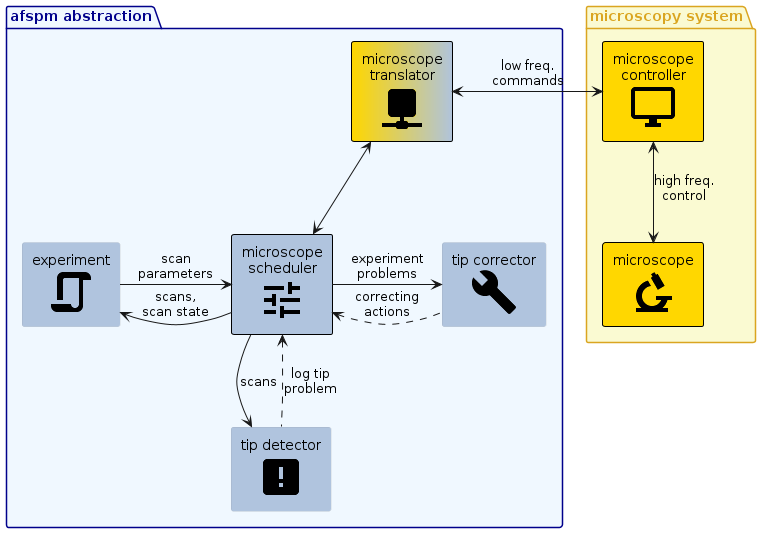
Above: docs/images/afspm_hl_example.png in nsulmol/afspm (PlantUML), before the change. Its diagram source:
```plantuml
@startuml
!include style.puml
!include microscopy.puml

!include <material/network>
!include <material/tune>
!include <material/chart_areaspline>
!include <material/script>
!include <material/alert_box>
!include <material/wrench>

package "afspm abstraction" <<groupinternal>> as afspm {
  component "microscope\ntranslator\n<$ma_network>" <<interface>> <<required>> as devcon
  component "microscope\nscheduler\n<$ma_tune>" <<internal>> <<required>> as afspmcon

  component "experiment\n<$ma_script>" <<internal>> <<optional>> as exp
  component "tip detector\n<$ma_alert_box>" <<internal>> <<optional>> as tip_detector
  component "tip corrector\n<$ma_wrench>" <<internal>> <<optional>> as tip_corrector

  devcon <--> afspmcon

  afspmcon -l-> exp: scans,\nscan state
  exp -r-> afspmcon: scan\nparameters

  afspmcon --> tip_detector: scans
  tip_detector .u.> afspmcon: log tip \nproblem
  afspmcon -r-> tip_corrector: experiment\nproblems
  tip_corrector .l.> afspmcon: correcting\nactions
}

spmcon <-r-> devcon: low freq. \ncommands

@enduml
```
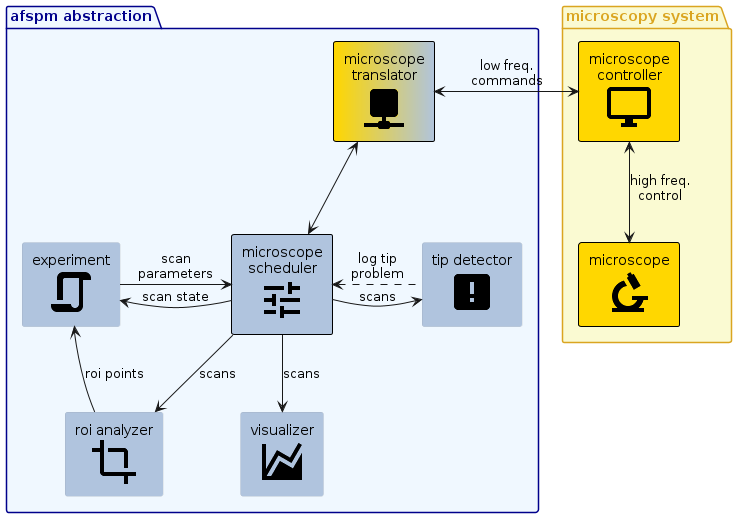
After the change.

Diff of the diagram source:
```diff
@@ -8,26 +8,30 @@
 !include <material/script>
 !include <material/alert_box>
 !include <material/wrench>
+!include <material/crop>
 
 package "afspm abstraction" <<groupinternal>> as afspm {
-  component "microscope\ntranslator\n<$ma_network>" <<interface>> <<required>> as devcon
-  component "microscope\nscheduler\n<$ma_tune>" <<internal>> <<required>> as afspmcon
+  component "microscope\ntranslator\n<$ma_network>" <<interface>> <<required>> as translator
+  component "microscope\nscheduler\n<$ma_tune>" <<internal>> <<required>> as scheduler
 
   component "experiment\n<$ma_script>" <<internal>> <<optional>> as exp
+  component "roi analyzer\n<$ma_crop>" <<internal>> as roi
   component "tip detector\n<$ma_alert_box>" <<internal>> <<optional>> as tip_detector
-  component "tip corrector\n<$ma_wrench>" <<internal>> <<optional>> as tip_corrector
+  component "visualizer\n<$ma_chart_areaspline>" <<internal>> as viz
 
-  devcon <--> afspmcon
+  translator <--> scheduler
 
-  afspmcon -l-> exp: scans,\nscan state
-  exp -r-> afspmcon: scan\nparameters
+  scheduler -l-> exp: scan state
+  scheduler --> roi: scans
+  roi -l-> exp: roi points
+  exp -r-> scheduler: scan\nparameters
 
-  afspmcon --> tip_detector: scans
-  tip_detector .u.> afspmcon: log tip \nproblem
-  afspmcon -r-> tip_corrector: experiment\nproblems
-  tip_corrector .l.> afspmcon: correcting\nactions
+  scheduler -r-> tip_detector: scans
+  tip_detector .l.> scheduler: log tip\nproblem
+
+  scheduler --> viz: scans
 }
 
-spmcon <-r-> devcon: low freq. \ncommands
+spmcon <-r-> translator: low freq.\ncommands
 
 @enduml
```
